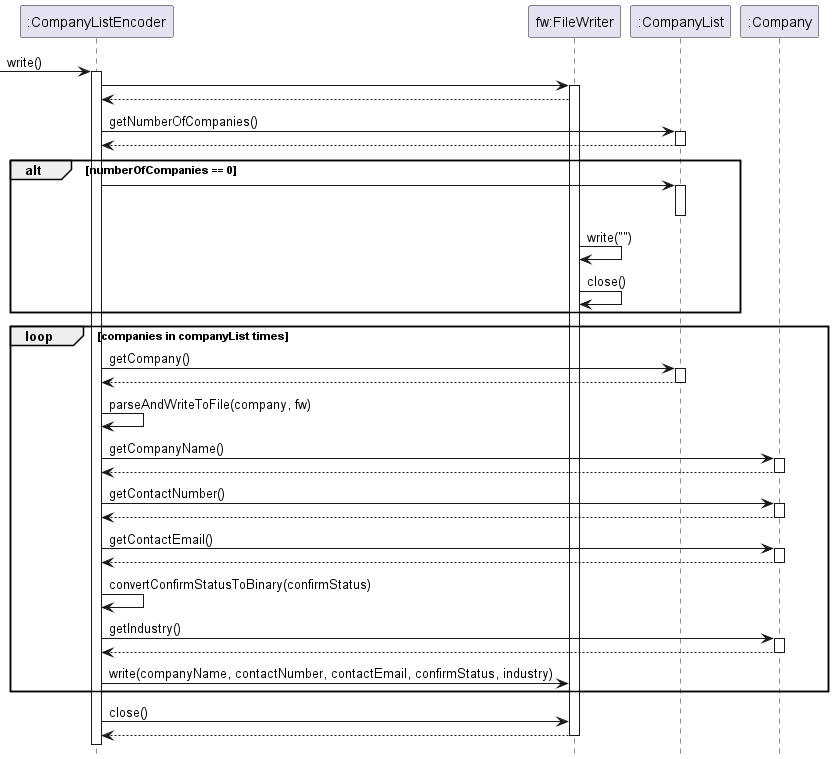
nus-cs2113-AY2223S2/tp keeps this PlantUML diagram as docs/UML/Image/Encoder.png. Above is the earlier version. Source of this version:
```plantuml
@startuml


hide footbox
 -> ":CompanyListEncoder": write()
    activate ":CompanyListEncoder"
        ":CompanyListEncoder" -> "fw:FileWriter":
        activate "fw:FileWriter"
            "fw:FileWriter" --> ":CompanyListEncoder"

            ":CompanyListEncoder" -> ":CompanyList": getNumberOfCompanies()
            activate ":CompanyList"
            ":CompanyList" --> ":CompanyListEncoder"
            deactivate ":CompanyList"
            alt numberOfCompanies == 0
                ":CompanyList" <- ":CompanyListEncoder":
                activate ":CompanyList"
                deactivate ":CompanyList"
                "fw:FileWriter" -> "fw:FileWriter": write("")
                "fw:FileWriter" -> "fw:FileWriter": close()
            end
            loop companies in companyList times
                ":CompanyListEncoder" -> ":CompanyList": getCompany()
                activate ":CompanyList"
                ":CompanyListEncoder" <-- ":CompanyList":
                deactivate ":CompanyList"
                ":CompanyListEncoder" -> ":CompanyListEncoder": parseAndWriteToFile(company, fw)

                ":CompanyListEncoder" -> ":Company": getCompanyName()
                activate ":Company"
                ":CompanyListEncoder" <-- ":Company":
                deactivate ":Company"

                ":CompanyListEncoder" -> ":Company": getContactNumber()
                activate ":Company"
                ":CompanyListEncoder" <-- ":Company":
                deactivate ":Company"

                ":CompanyListEncoder" -> ":Company": getContactEmail()
                activate ":Company"
                ":CompanyListEncoder" <-- ":Company":
                deactivate ":Company"

                ":CompanyListEncoder" -> ":CompanyListEncoder": convertConfirmStatusToBinary(confirmStatus)
                ":CompanyListEncoder" -> ":Company": getIndustry()
                activate ":Company"
                ":CompanyListEncoder" <-- ":Company":
                deactivate ":Company"

                ":CompanyListEncoder" -> "fw:FileWriter": write(companyName, contactNumber, contactEmail, confirmStatus, industry)
            end
            ":CompanyListEncoder" -> "fw:FileWriter": close()
            ":CompanyListEncoder" <-- "fw:FileWriter"
        deactivate "fw:FileWriter"





@enduml
```
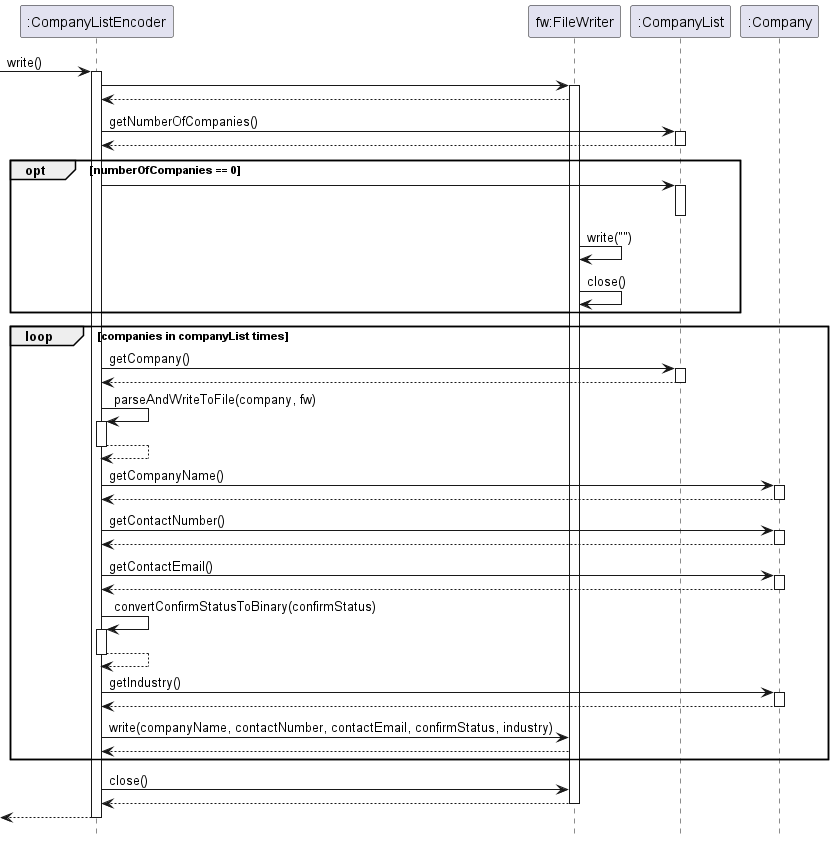
The same diagram one commit later.

Commit message:
Update image of storage encoder sequence diagram

What changed in the source:
```diff
@@ -12,7 +12,7 @@
             activate ":CompanyList"
             ":CompanyList" --> ":CompanyListEncoder"
             deactivate ":CompanyList"
-            alt numberOfCompanies == 0
+            opt numberOfCompanies == 0
                 ":CompanyList" <- ":CompanyListEncoder":
                 activate ":CompanyList"
                 deactivate ":CompanyList"
@@ -24,7 +24,11 @@
                 activate ":CompanyList"
                 ":CompanyListEncoder" <-- ":CompanyList":
                 deactivate ":CompanyList"
+
                 ":CompanyListEncoder" -> ":CompanyListEncoder": parseAndWriteToFile(company, fw)
+                activate ":CompanyListEncoder"
+                ":CompanyListEncoder" --> ":CompanyListEncoder"
+                deactivate ":CompanyListEncoder"
 
                 ":CompanyListEncoder" -> ":Company": getCompanyName()
                 activate ":Company"
@@ -42,19 +46,23 @@
                 deactivate ":Company"
 
                 ":CompanyListEncoder" -> ":CompanyListEncoder": convertConfirmStatusToBinary(confirmStatus)
+                activate ":CompanyListEncoder"
+                ":CompanyListEncoder" --> ":CompanyListEncoder":
+                deactivate ":CompanyListEncoder"
+
                 ":CompanyListEncoder" -> ":Company": getIndustry()
                 activate ":Company"
                 ":CompanyListEncoder" <-- ":Company":
                 deactivate ":Company"
 
                 ":CompanyListEncoder" -> "fw:FileWriter": write(companyName, contactNumber, contactEmail, confirmStatus, industry)
+                "fw:FileWriter" --> ":CompanyListEncoder"
             end
             ":CompanyListEncoder" -> "fw:FileWriter": close()
             ":CompanyListEncoder" <-- "fw:FileWriter"
-        deactivate "fw:FileWriter"
-
-
-
+            deactivate "fw:FileWriter"
+            <-- ":CompanyListEncoder"
+            deactivate ":CompanyListEncoder"
 
 
 @enduml
```
